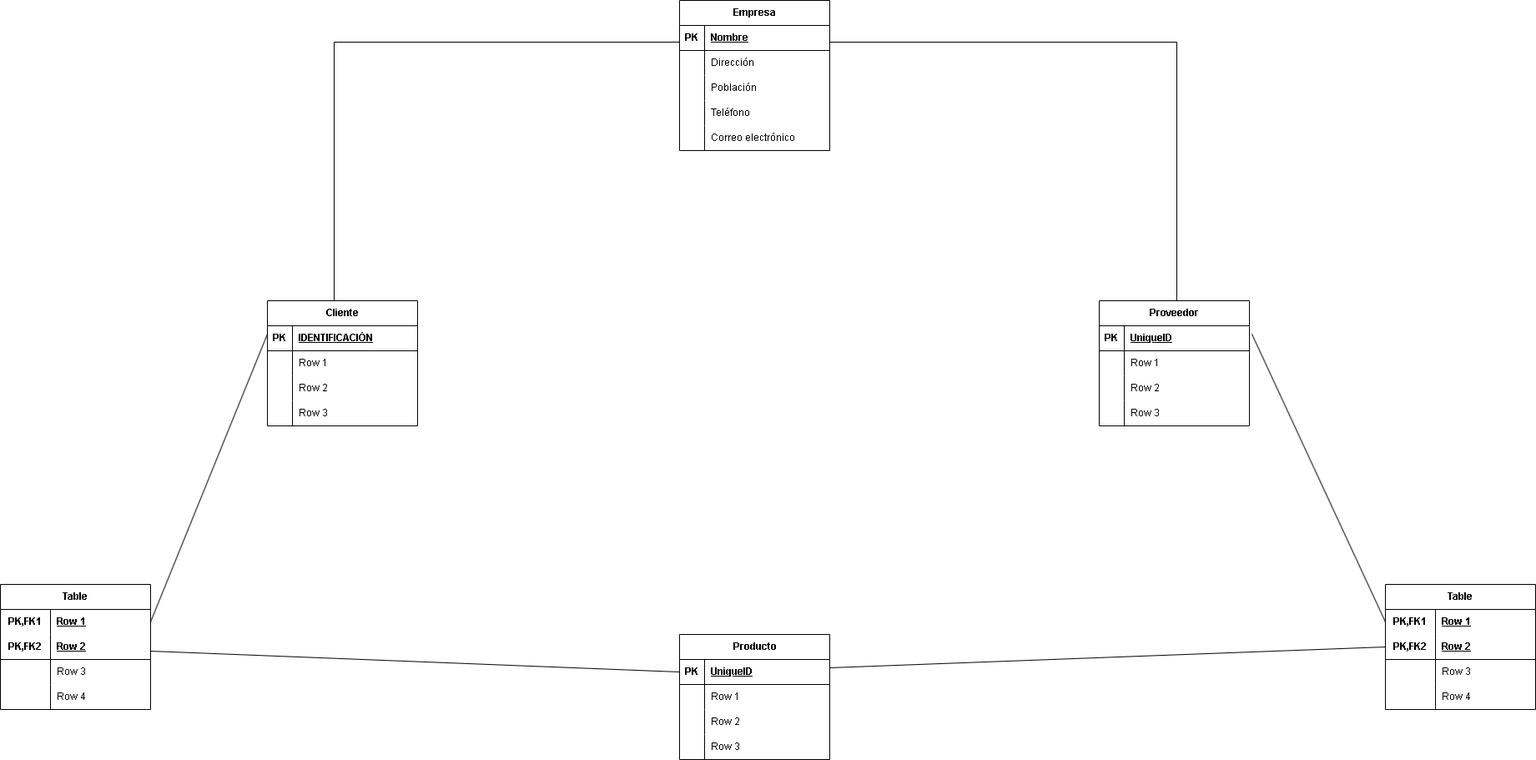
This is unidad-1/Tarea/Tarea-3/Tarea ER EM.drawio.png from MaykelCM/base-datos, a draw.io export, as it was before one commit. Source tidied: cells renumbered, new cells last; positions are measured from the earlier drawing's top-left corner, leaving out a move shared by most shapes.
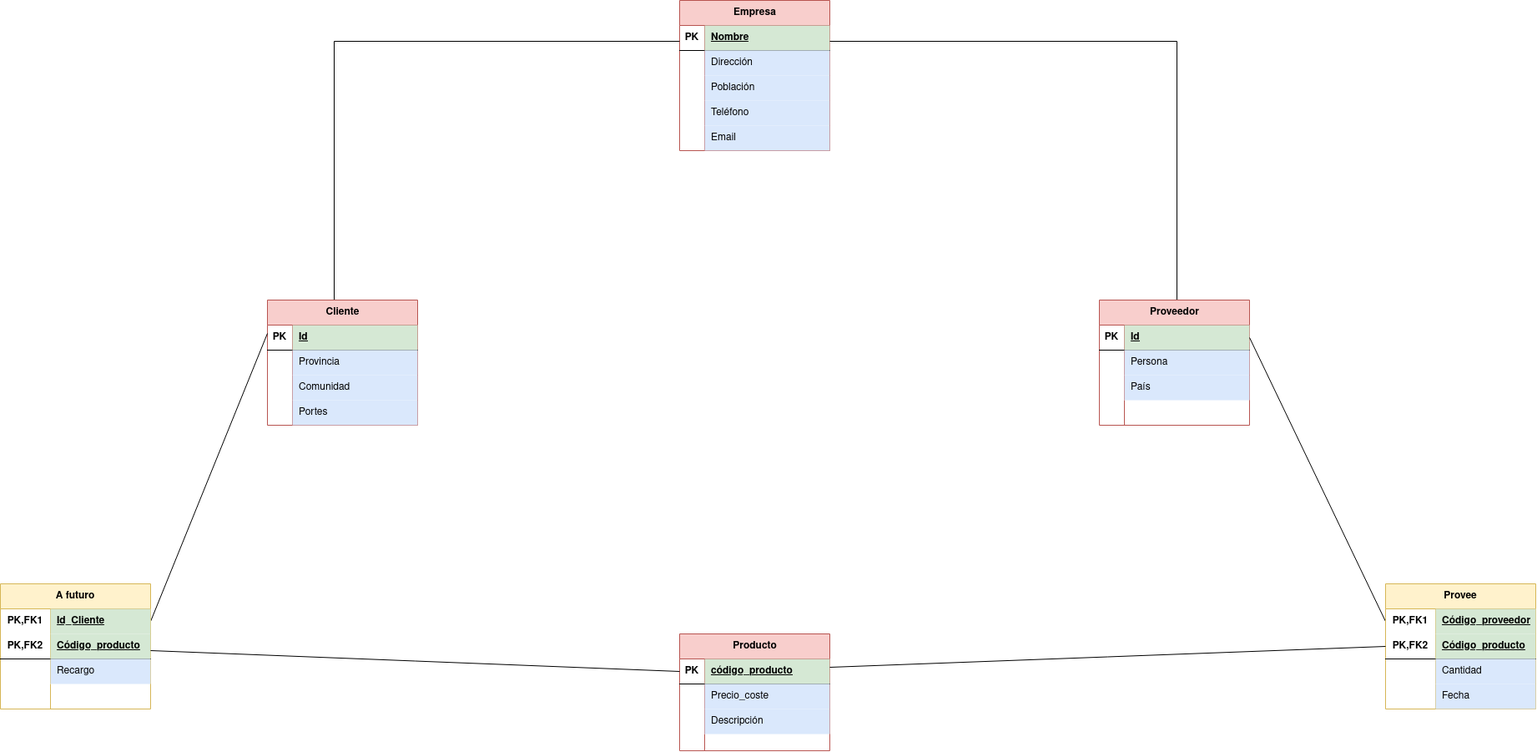
The same file after the commit.

Diff of the diagram source:
```diff
@@ -4,4 +4,4 @@
     <mxCell id="1" parent="0" />
-    <mxCell id="2" value="Empresa" style="shape=table;startSize=30;rowLines=0;fontStyle=1;align=center;html=1;" parent="1" vertex="1">
-      <mxGeometry x="814" width="180" height="180" as="geometry" />
+    <mxCell id="2" value="Empresa" style="shape=table;startSize=30;rowLines=0;fontStyle=1;align=center;html=1;fillColor=#f8cecc;strokeColor=#b85450;" parent="1" vertex="1">
+      <mxGeometry x="814" y="1" width="180" height="180" as="geometry" />
     </mxCell>
@@ -13,3 +13,3 @@
     </mxCell>
-    <mxCell id="5" value="Nombre" style="shape=partialRectangle;fillColor=none;top=0;left=0;bottom=0;right=0;align=left;spacingLeft=6;fontStyle=5;overflow=hidden;whiteSpace=wrap;html=1;" parent="3" vertex="1">
+    <mxCell id="5" value="Nombre" style="shape=partialRectangle;fillColor=#d5e8d4;top=0;left=0;bottom=0;right=0;align=left;spacingLeft=6;fontStyle=5;overflow=hidden;whiteSpace=wrap;html=1;strokeColor=#82b366;" parent="3" vertex="1">
       <mxGeometry x="30" width="150" height="30" as="geometry" />
@@ -22,3 +22,3 @@
     </mxCell>
-    <mxCell id="8" value="Dirección" style="shape=partialRectangle;fillColor=none;top=0;left=0;bottom=0;right=0;align=left;spacingLeft=6;overflow=hidden;whiteSpace=wrap;html=1;" parent="6" vertex="1">
+    <mxCell id="8" value="Dirección" style="shape=partialRectangle;fillColor=#dae8fc;top=0;left=0;bottom=0;right=0;align=left;spacingLeft=6;overflow=hidden;whiteSpace=wrap;html=1;strokeColor=#6c8ebf;" parent="6" vertex="1">
       <mxGeometry x="30" width="150" height="30" as="geometry" />
@@ -31,3 +31,3 @@
     </mxCell>
-    <mxCell id="11" value="Población" style="shape=partialRectangle;fillColor=none;top=0;left=0;bottom=0;right=0;align=left;spacingLeft=6;overflow=hidden;whiteSpace=wrap;html=1;" parent="9" vertex="1">
+    <mxCell id="11" value="Población" style="shape=partialRectangle;fillColor=#dae8fc;top=0;left=0;bottom=0;right=0;align=left;spacingLeft=6;overflow=hidden;whiteSpace=wrap;html=1;strokeColor=#6c8ebf;" parent="9" vertex="1">
       <mxGeometry x="30" width="150" height="30" as="geometry" />
@@ -40,3 +40,3 @@
     </mxCell>
-    <mxCell id="14" value="Teléfono" style="shape=partialRectangle;fillColor=none;top=0;left=0;bottom=0;right=0;align=left;spacingLeft=6;overflow=hidden;whiteSpace=wrap;html=1;" parent="12" vertex="1">
+    <mxCell id="14" value="Teléfono" style="shape=partialRectangle;fillColor=#dae8fc;top=0;left=0;bottom=0;right=0;align=left;spacingLeft=6;overflow=hidden;whiteSpace=wrap;html=1;strokeColor=#6c8ebf;" parent="12" vertex="1">
       <mxGeometry x="30" width="150" height="30" as="geometry" />
@@ -49,3 +49,3 @@
     </mxCell>
-    <mxCell id="17" value="Correo electrónico" style="shape=partialRectangle;fillColor=none;top=0;left=0;bottom=0;right=0;align=left;spacingLeft=6;overflow=hidden;whiteSpace=wrap;html=1;" parent="15" vertex="1">
+    <mxCell id="17" value="Email" style="shape=partialRectangle;fillColor=#dae8fc;top=0;left=0;bottom=0;right=0;align=left;spacingLeft=6;overflow=hidden;whiteSpace=wrap;html=1;strokeColor=#6c8ebf;" parent="15" vertex="1">
       <mxGeometry x="30" width="150" height="30" as="geometry" />
@@ -58,3 +58,3 @@
     </mxCell>
-    <mxCell id="19" value="Proveedor" style="shape=table;startSize=30;rowLines=0;fontStyle=1;align=center;html=1;" parent="1" vertex="1">
+    <mxCell id="19" value="Proveedor" style="shape=table;startSize=30;rowLines=0;fontStyle=1;align=center;html=1;fillColor=#f8cecc;strokeColor=#b85450;" parent="1" vertex="1">
       <mxGeometry x="1317" y="360" width="180" height="150" as="geometry" />
@@ -67,3 +67,3 @@
     </mxCell>
-    <mxCell id="22" value="UniqueID" style="shape=partialRectangle;fillColor=none;top=0;left=0;bottom=0;right=0;align=left;spacingLeft=6;fontStyle=5;overflow=hidden;whiteSpace=wrap;html=1;" parent="20" vertex="1">
+    <mxCell id="22" value="Id" style="shape=partialRectangle;fillColor=#d5e8d4;top=0;left=0;bottom=0;right=0;align=left;spacingLeft=6;fontStyle=5;overflow=hidden;whiteSpace=wrap;html=1;strokeColor=#82b366;" parent="20" vertex="1">
       <mxGeometry x="30" width="150" height="30" as="geometry" />
@@ -76,3 +76,3 @@
     </mxCell>
-    <mxCell id="25" value="Row 1" style="shape=partialRectangle;fillColor=none;top=0;left=0;bottom=0;right=0;align=left;spacingLeft=6;overflow=hidden;whiteSpace=wrap;html=1;" parent="23" vertex="1">
+    <mxCell id="25" value="Persona" style="shape=partialRectangle;fillColor=#dae8fc;top=0;left=0;bottom=0;right=0;align=left;spacingLeft=6;overflow=hidden;whiteSpace=wrap;html=1;strokeColor=#6c8ebf;" parent="23" vertex="1">
       <mxGeometry x="30" width="150" height="30" as="geometry" />
@@ -85,3 +85,3 @@
     </mxCell>
-    <mxCell id="28" value="Row 2" style="shape=partialRectangle;fillColor=none;top=0;left=0;bottom=0;right=0;align=left;spacingLeft=6;overflow=hidden;whiteSpace=wrap;html=1;" parent="26" vertex="1">
+    <mxCell id="28" value="País" style="shape=partialRectangle;fillColor=#dae8fc;top=0;left=0;bottom=0;right=0;align=left;spacingLeft=6;overflow=hidden;whiteSpace=wrap;html=1;strokeColor=#6c8ebf;" parent="26" vertex="1">
       <mxGeometry x="30" width="150" height="30" as="geometry" />
@@ -94,3 +94,3 @@
     </mxCell>
-    <mxCell id="31" value="Row 3" style="shape=partialRectangle;fillColor=none;top=0;left=0;bottom=0;right=0;align=left;spacingLeft=6;overflow=hidden;whiteSpace=wrap;html=1;" parent="29" vertex="1">
+    <mxCell id="31" style="shape=partialRectangle;fillColor=none;top=0;left=0;bottom=0;right=0;align=left;spacingLeft=6;overflow=hidden;whiteSpace=wrap;html=1;" parent="29" vertex="1">
       <mxGeometry x="30" width="150" height="30" as="geometry" />
@@ -109,3 +109,3 @@
     </mxCell>
-    <mxCell id="34" value="Cliente" style="shape=table;startSize=30;rowLines=0;fontStyle=1;align=center;html=1;" parent="1" vertex="1">
+    <mxCell id="34" value="Cliente" style="shape=table;startSize=30;rowLines=0;fontStyle=1;align=center;html=1;fillColor=#f8cecc;strokeColor=#b85450;" parent="1" vertex="1">
       <mxGeometry x="320" y="360" width="180" height="150" as="geometry" />
@@ -118,3 +118,3 @@
     </mxCell>
-    <mxCell id="37" value="IDENTIFICACIÓN" style="shape=partialRectangle;fillColor=none;top=0;left=0;bottom=0;right=0;align=left;spacingLeft=6;fontStyle=5;overflow=hidden;whiteSpace=wrap;html=1;" parent="35" vertex="1">
+    <mxCell id="37" value="Id" style="shape=partialRectangle;fillColor=#d5e8d4;top=0;left=0;bottom=0;right=0;align=left;spacingLeft=6;fontStyle=5;overflow=hidden;whiteSpace=wrap;html=1;strokeColor=#82b366;" parent="35" vertex="1">
       <mxGeometry x="30" width="150" height="30" as="geometry" />
@@ -127,3 +127,3 @@
     </mxCell>
-    <mxCell id="40" value="Row 1" style="shape=partialRectangle;fillColor=none;top=0;left=0;bottom=0;right=0;align=left;spacingLeft=6;overflow=hidden;whiteSpace=wrap;html=1;" parent="38" vertex="1">
+    <mxCell id="40" value="Provincia" style="shape=partialRectangle;fillColor=#dae8fc;top=0;left=0;bottom=0;right=0;align=left;spacingLeft=6;overflow=hidden;whiteSpace=wrap;html=1;strokeColor=#6c8ebf;" parent="38" vertex="1">
       <mxGeometry x="30" width="150" height="30" as="geometry" />
@@ -136,3 +136,3 @@
     </mxCell>
-    <mxCell id="43" value="Row 2" style="shape=partialRectangle;fillColor=none;top=0;left=0;bottom=0;right=0;align=left;spacingLeft=6;overflow=hidden;whiteSpace=wrap;html=1;" parent="41" vertex="1">
+    <mxCell id="43" value="Comunidad" style="shape=partialRectangle;fillColor=#dae8fc;top=0;left=0;bottom=0;right=0;align=left;spacingLeft=6;overflow=hidden;whiteSpace=wrap;html=1;strokeColor=#6c8ebf;" parent="41" vertex="1">
       <mxGeometry x="30" width="150" height="30" as="geometry" />
@@ -145,3 +145,3 @@
     </mxCell>
-    <mxCell id="46" value="Row 3" style="shape=partialRectangle;fillColor=none;top=0;left=0;bottom=0;right=0;align=left;spacingLeft=6;overflow=hidden;whiteSpace=wrap;html=1;" parent="44" vertex="1">
+    <mxCell id="46" value="Portes" style="shape=partialRectangle;fillColor=#dae8fc;top=0;left=0;bottom=0;right=0;align=left;spacingLeft=6;overflow=hidden;whiteSpace=wrap;html=1;strokeColor=#6c8ebf;" parent="44" vertex="1">
       <mxGeometry x="30" width="150" height="30" as="geometry" />
@@ -154,6 +154,4 @@
     </mxCell>
-    <mxCell id="48" style="endArrow=none;html=1;rounded=0;entryX=0;entryY=0.5;entryDx=0;entryDy=0;" parent="1" edge="1" target="64">
-      <mxGeometry relative="1" as="geometry">
-        <mxPoint x="1500" y="400" as="sourcePoint" />
-      </mxGeometry>
+    <mxCell id="48" style="endArrow=none;html=1;rounded=0;entryX=0;entryY=0.5;entryDx=0;entryDy=0;exitX=1;exitY=0.5;exitDx=0;exitDy=0;" parent="1" edge="1" source="20" target="64">
+      <mxGeometry relative="1" as="geometry" />
     </mxCell>
@@ -164,3 +162,3 @@
     </mxCell>
-    <mxCell id="50" value="Table" style="shape=table;startSize=30;rowLines=0;fontStyle=1;align=center;html=1;whiteSpace=wrap;" parent="1" vertex="1">
+    <mxCell id="50" value="A futuro" style="shape=table;startSize=30;rowLines=0;fontStyle=1;align=center;html=1;whiteSpace=wrap;fillColor=#fff2cc;strokeColor=#d6b656;" parent="1" vertex="1">
       <mxGeometry y="700" width="180" height="150" as="geometry" />
@@ -173,3 +171,3 @@
     </mxCell>
-    <mxCell id="53" value="Row 1" style="shape=partialRectangle;fillColor=none;top=0;left=0;bottom=0;right=0;align=left;spacingLeft=6;fontStyle=5;overflow=hidden;html=1;whiteSpace=wrap;" parent="51" vertex="1">
+    <mxCell id="53" value="Id_Cliente" style="shape=partialRectangle;fillColor=#d5e8d4;top=0;left=0;bottom=0;right=0;align=left;spacingLeft=6;fontStyle=5;overflow=hidden;html=1;whiteSpace=wrap;strokeColor=#82b366;" parent="51" vertex="1">
       <mxGeometry x="60" width="120" height="30" as="geometry" />
@@ -182,3 +180,3 @@
     </mxCell>
-    <mxCell id="56" value="Row 2" style="shape=partialRectangle;fillColor=none;top=0;left=0;bottom=0;right=0;align=left;spacingLeft=6;fontStyle=5;overflow=hidden;html=1;whiteSpace=wrap;" parent="54" vertex="1">
+    <mxCell id="56" value="Código_producto" style="shape=partialRectangle;fillColor=#d5e8d4;top=0;left=0;bottom=0;right=0;align=left;spacingLeft=6;fontStyle=5;overflow=hidden;html=1;whiteSpace=wrap;strokeColor=#82b366;" parent="54" vertex="1">
       <mxGeometry x="60" width="120" height="30" as="geometry" />
@@ -191,3 +189,3 @@
     </mxCell>
-    <mxCell id="59" value="Row 3" style="shape=partialRectangle;fillColor=none;top=0;left=0;bottom=0;right=0;align=left;spacingLeft=6;overflow=hidden;html=1;whiteSpace=wrap;" parent="57" vertex="1">
+    <mxCell id="59" value="Recargo" style="shape=partialRectangle;fillColor=#dae8fc;top=0;left=0;bottom=0;right=0;align=left;spacingLeft=6;overflow=hidden;html=1;whiteSpace=wrap;strokeColor=#6c8ebf;" parent="57" vertex="1">
       <mxGeometry x="60" width="120" height="30" as="geometry" />
@@ -200,6 +198,6 @@
     </mxCell>
-    <mxCell id="62" value="Row 4" style="shape=partialRectangle;fillColor=none;top=0;left=0;bottom=0;right=0;align=left;spacingLeft=6;overflow=hidden;html=1;whiteSpace=wrap;" parent="60" vertex="1">
+    <mxCell id="62" style="shape=partialRectangle;fillColor=none;top=0;left=0;bottom=0;right=0;align=left;spacingLeft=6;overflow=hidden;html=1;whiteSpace=wrap;" parent="60" vertex="1">
       <mxGeometry x="60" width="120" height="30" as="geometry" />
     </mxCell>
-    <mxCell id="63" value="Table" style="shape=table;startSize=30;rowLines=0;fontStyle=1;align=center;html=1;whiteSpace=wrap;" parent="1" vertex="1">
+    <mxCell id="63" value="Provee" style="shape=table;startSize=30;rowLines=0;fontStyle=1;align=center;html=1;whiteSpace=wrap;fillColor=#fff2cc;strokeColor=#d6b656;" parent="1" vertex="1">
       <mxGeometry x="1660" y="700" width="180" height="150" as="geometry" />
@@ -212,3 +210,3 @@
     </mxCell>
-    <mxCell id="66" value="Row 1" style="shape=partialRectangle;fillColor=none;top=0;left=0;bottom=0;right=0;align=left;spacingLeft=6;fontStyle=5;overflow=hidden;html=1;whiteSpace=wrap;" parent="64" vertex="1">
+    <mxCell id="66" value="Código_proveedor" style="shape=partialRectangle;fillColor=#d5e8d4;top=0;left=0;bottom=0;right=0;align=left;spacingLeft=6;fontStyle=5;overflow=hidden;html=1;whiteSpace=wrap;strokeColor=#82b366;" parent="64" vertex="1">
       <mxGeometry x="60" width="120" height="30" as="geometry" />
@@ -221,3 +219,3 @@
     </mxCell>
-    <mxCell id="69" value="Row 2" style="shape=partialRectangle;fillColor=none;top=0;left=0;bottom=0;right=0;align=left;spacingLeft=6;fontStyle=5;overflow=hidden;html=1;whiteSpace=wrap;" parent="67" vertex="1">
+    <mxCell id="69" value="Código_producto" style="shape=partialRectangle;fillColor=#d5e8d4;top=0;left=0;bottom=0;right=0;align=left;spacingLeft=6;fontStyle=5;overflow=hidden;html=1;whiteSpace=wrap;strokeColor=#82b366;" parent="67" vertex="1">
       <mxGeometry x="60" width="120" height="30" as="geometry" />
@@ -230,3 +228,3 @@
     </mxCell>
-    <mxCell id="72" value="Row 3" style="shape=partialRectangle;fillColor=none;top=0;left=0;bottom=0;right=0;align=left;spacingLeft=6;overflow=hidden;html=1;whiteSpace=wrap;" parent="70" vertex="1">
+    <mxCell id="72" value="Cantidad" style="shape=partialRectangle;fillColor=#dae8fc;top=0;left=0;bottom=0;right=0;align=left;spacingLeft=6;overflow=hidden;html=1;whiteSpace=wrap;strokeColor=#6c8ebf;" parent="70" vertex="1">
       <mxGeometry x="60" width="120" height="30" as="geometry" />
@@ -239,7 +237,7 @@
     </mxCell>
-    <mxCell id="75" value="Row 4" style="shape=partialRectangle;fillColor=none;top=0;left=0;bottom=0;right=0;align=left;spacingLeft=6;overflow=hidden;html=1;whiteSpace=wrap;" parent="73" vertex="1">
+    <mxCell id="75" value="Fecha" style="shape=partialRectangle;fillColor=#dae8fc;top=0;left=0;bottom=0;right=0;align=left;spacingLeft=6;overflow=hidden;html=1;whiteSpace=wrap;strokeColor=#6c8ebf;" parent="73" vertex="1">
       <mxGeometry x="60" width="120" height="30" as="geometry" />
     </mxCell>
-    <mxCell id="76" value="Producto" style="shape=table;startSize=30;rowLines=0;fontStyle=1;align=center;html=1;" parent="1" vertex="1">
-      <mxGeometry x="814" y="760" width="180" height="150" as="geometry" />
+    <mxCell id="76" value="Producto" style="shape=table;startSize=30;rowLines=0;fontStyle=1;align=center;html=1;fillColor=#f8cecc;strokeColor=#b85450;" parent="1" vertex="1">
+      <mxGeometry x="814" y="760" width="180" height="140" as="geometry" />
     </mxCell>
@@ -251,3 +249,3 @@
     </mxCell>
-    <mxCell id="79" value="UniqueID" style="shape=partialRectangle;fillColor=none;top=0;left=0;bottom=0;right=0;align=left;spacingLeft=6;fontStyle=5;overflow=hidden;whiteSpace=wrap;html=1;" parent="77" vertex="1">
+    <mxCell id="79" value="código_producto" style="shape=partialRectangle;fillColor=#d5e8d4;top=0;left=0;bottom=0;right=0;align=left;spacingLeft=6;fontStyle=5;overflow=hidden;whiteSpace=wrap;html=1;strokeColor=#82b366;" parent="77" vertex="1">
       <mxGeometry x="30" width="150" height="30" as="geometry" />
@@ -260,3 +258,3 @@
     </mxCell>
-    <mxCell id="82" value="Row 1" style="shape=partialRectangle;fillColor=none;top=0;left=0;bottom=0;right=0;align=left;spacingLeft=6;overflow=hidden;whiteSpace=wrap;html=1;" parent="80" vertex="1">
+    <mxCell id="82" value="Precio_coste" style="shape=partialRectangle;fillColor=#dae8fc;top=0;left=0;bottom=0;right=0;align=left;spacingLeft=6;overflow=hidden;whiteSpace=wrap;html=1;strokeColor=#6c8ebf;" parent="80" vertex="1">
       <mxGeometry x="30" width="150" height="30" as="geometry" />
@@ -269,3 +267,3 @@
     </mxCell>
-    <mxCell id="85" value="Row 2" style="shape=partialRectangle;fillColor=none;top=0;left=0;bottom=0;right=0;align=left;spacingLeft=6;overflow=hidden;whiteSpace=wrap;html=1;" parent="83" vertex="1">
+    <mxCell id="85" value="Descripción" style="shape=partialRectangle;fillColor=#dae8fc;top=0;left=0;bottom=0;right=0;align=left;spacingLeft=6;overflow=hidden;whiteSpace=wrap;html=1;strokeColor=#6c8ebf;" parent="83" vertex="1">
       <mxGeometry x="30" width="150" height="30" as="geometry" />
@@ -273,9 +271,9 @@
     <mxCell id="86" style="shape=tableRow;horizontal=0;startSize=0;swimlaneHead=0;swimlaneBody=0;fillColor=none;top=0;left=0;right=0;bottom=0;" parent="76" vertex="1">
-      <mxGeometry y="120" width="180" height="30" as="geometry" />
+      <mxGeometry y="120" width="180" height="20" as="geometry" />
     </mxCell>
     <mxCell id="87" style="shape=partialRectangle;fillColor=none;top=0;left=0;bottom=0;right=0;overflow=hidden;whiteSpace=wrap;html=1;" parent="86" vertex="1">
-      <mxGeometry width="30" height="30" as="geometry" />
+      <mxGeometry width="30" height="20" as="geometry" />
     </mxCell>
-    <mxCell id="88" value="Row 3" style="shape=partialRectangle;fillColor=none;top=0;left=0;bottom=0;right=0;align=left;spacingLeft=6;overflow=hidden;whiteSpace=wrap;html=1;" parent="86" vertex="1">
-      <mxGeometry x="30" width="150" height="30" as="geometry" />
+    <mxCell id="88" style="shape=partialRectangle;fillColor=none;top=0;left=0;bottom=0;right=0;align=left;spacingLeft=6;overflow=hidden;whiteSpace=wrap;html=1;" parent="86" vertex="1">
+      <mxGeometry x="30" width="150" height="20" as="geometry" />
     </mxCell>
```
